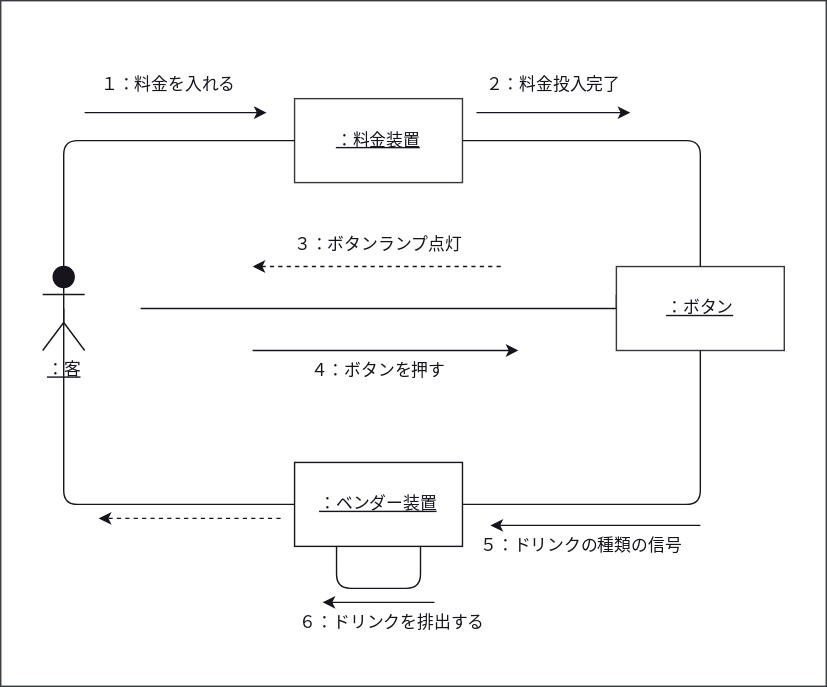
This is 演習6-4-4_コミュニケーション図_自動販売機.drawio.svg from a-tamura22/uml-introduction, a draw.io export, as it was before one commit. Source tidied: cells renumbered, new cells last; positions are measured from the earlier drawing's top-left corner, leaving out a move shared by most shapes. Source of this version:
```xml
<mxGraphModel>
  <root>
    <mxCell id="0" />
    <mxCell id="1" parent="0" />
    <mxCell id="2" style="rounded=0;whiteSpace=wrap;html=1;strokeColor=#36393d;fillColor=#FFFFFF;" parent="1" vertex="1">
      <mxGeometry width="590" height="490" as="geometry" />
    </mxCell>
    <mxCell id="3" value="&lt;u&gt;：客&lt;/u&gt;" style="shape=umlActor;verticalLabelPosition=bottom;verticalAlign=top;html=1;outlineConnect=0;strokeColor=#18141D;fontColor=#18141D;fillColor=#18141D;" parent="1" vertex="1">
      <mxGeometry x="30" y="190" width="30" height="60" as="geometry" />
    </mxCell>
    <mxCell id="4" style="whiteSpace=wrap;html=1;verticalAlign=top;fillColor=#FFFFFF;strokeColor=#36393d;" parent="1" vertex="1">
      <mxGeometry x="210" y="70" width="120" height="60" as="geometry" />
    </mxCell>
    <mxCell id="5" style="endArrow=none;html=1;strokeColor=#18141D;fontColor=#18141D;exitX=0.5;exitY=0;exitDx=0;exitDy=0;exitPerimeter=0;entryX=0;entryY=0.5;entryDx=0;entryDy=0;endFill=0;" parent="1" edge="1" source="3" target="4">
      <mxGeometry relative="1" as="geometry">
        <Array as="points">
          <mxPoint x="45" y="100" />
        </Array>
      </mxGeometry>
    </mxCell>
    <mxCell id="6" style="edgeStyle=none;html=1;strokeColor=#18141D;fontColor=#18141D;endArrow=none;endFill=0;" parent="1" edge="1" source="7">
      <mxGeometry relative="1" as="geometry">
        <mxPoint x="440" y="210" as="targetPoint" />
        <Array as="points">
          <mxPoint x="440" y="220" />
        </Array>
      </mxGeometry>
    </mxCell>
    <mxCell id="7" style="rounded=0;whiteSpace=wrap;html=1;strokeColor=#36393d;fillColor=#FFFFFF;" parent="1" vertex="1">
      <mxGeometry x="440" y="190" width="120" height="60" as="geometry" />
    </mxCell>
    <mxCell id="8" style="endArrow=none;html=1;strokeColor=#18141D;fontColor=#18141D;exitX=1;exitY=0.5;exitDx=0;exitDy=0;entryX=0.5;entryY=0;entryDx=0;entryDy=0;endFill=0;" parent="1" edge="1" source="4" target="7">
      <mxGeometry relative="1" as="geometry">
        <Array as="points">
          <mxPoint x="500" y="100" />
        </Array>
      </mxGeometry>
    </mxCell>
    <mxCell id="9" style="rounded=0;whiteSpace=wrap;html=1;strokeColor=#18141D;fontColor=#18141D;fillColor=#FFFFFF;" parent="1" vertex="1">
      <mxGeometry x="210" y="330" width="120" height="60" as="geometry" />
    </mxCell>
    <mxCell id="10" style="endArrow=none;html=1;strokeColor=#18141D;fontColor=#18141D;entryX=0.5;entryY=1;entryDx=0;entryDy=0;exitX=1;exitY=0.5;exitDx=0;exitDy=0;endFill=0;" parent="1" edge="1" source="9" target="7">
      <mxGeometry relative="1" as="geometry">
        <Array as="points">
          <mxPoint x="500" y="360" />
        </Array>
      </mxGeometry>
    </mxCell>
    <mxCell id="11" style="endArrow=none;html=1;strokeColor=#18141D;fontColor=#18141D;exitX=0;exitY=0.5;exitDx=0;exitDy=0;entryX=0.5;entryY=0.5;entryDx=0;entryDy=0;entryPerimeter=0;endFill=0;" parent="1" edge="1" source="9" target="3">
      <mxGeometry relative="1" as="geometry">
        <Array as="points">
          <mxPoint x="45" y="360" />
        </Array>
      </mxGeometry>
    </mxCell>
    <mxCell id="12" style="endArrow=classic;html=1;strokeColor=#18141D;fontColor=#18141D;" parent="1" edge="1">
      <mxGeometry relative="1" as="geometry">
        <mxPoint x="60" y="80" as="sourcePoint" />
        <mxPoint x="190" y="80" as="targetPoint" />
      </mxGeometry>
    </mxCell>
    <mxCell id="13" style="endArrow=classic;html=1;strokeColor=#18141D;fontColor=#18141D;" parent="1" edge="1">
      <mxGeometry relative="1" as="geometry">
        <mxPoint x="340" y="80" as="sourcePoint" />
        <mxPoint x="450" y="80" as="targetPoint" />
      </mxGeometry>
    </mxCell>
    <mxCell id="14" style="endArrow=none;html=1;strokeColor=#18141D;fontColor=#18141D;" parent="1" edge="1" target="7">
      <mxGeometry relative="1" as="geometry">
        <mxPoint x="100" y="220" as="sourcePoint" />
      </mxGeometry>
    </mxCell>
    <mxCell id="15" style="endArrow=none;dashed=1;html=1;strokeColor=#18141D;fontColor=#18141D;startArrow=classic;startFill=1;" parent="1" edge="1">
      <mxGeometry relative="1" as="geometry">
        <mxPoint x="180" y="190" as="sourcePoint" />
        <mxPoint x="360" y="190" as="targetPoint" />
      </mxGeometry>
    </mxCell>
    <mxCell id="16" style="endArrow=classic;html=1;strokeColor=#18141D;fontColor=#18141D;" parent="1" edge="1">
      <mxGeometry relative="1" as="geometry">
        <mxPoint x="180" y="250" as="sourcePoint" />
        <mxPoint x="370" y="250" as="targetPoint" />
      </mxGeometry>
    </mxCell>
    <mxCell id="17" style="endArrow=none;html=1;strokeColor=#18141D;fontColor=#18141D;" parent="1" edge="1">
      <mxGeometry relative="1" as="geometry">
        <mxPoint x="240" y="390" as="sourcePoint" />
        <mxPoint x="300" y="390" as="targetPoint" />
        <Array as="points">
          <mxPoint x="240" y="420" />
          <mxPoint x="270" y="420" />
          <mxPoint x="300" y="420" />
        </Array>
      </mxGeometry>
    </mxCell>
    <mxCell id="18" style="endArrow=classic;html=1;strokeColor=#18141D;fontColor=#18141D;" parent="1" edge="1">
      <mxGeometry relative="1" as="geometry">
        <mxPoint x="310" y="430" as="sourcePoint" />
        <mxPoint x="230" y="430" as="targetPoint" />
      </mxGeometry>
    </mxCell>
    <mxCell id="19" style="endArrow=classic;dashed=1;html=1;strokeColor=#18141D;fontColor=#18141D;startArrow=none;startFill=0;endFill=1;" parent="1" edge="1">
      <mxGeometry relative="1" as="geometry">
        <mxPoint x="200" y="370" as="sourcePoint" />
        <mxPoint x="70" y="370" as="targetPoint" />
      </mxGeometry>
    </mxCell>
    <mxCell id="20" style="endArrow=none;html=1;strokeColor=#18141D;fontColor=#18141D;startArrow=classic;startFill=1;endFill=0;" parent="1" edge="1">
      <mxGeometry relative="1" as="geometry">
        <mxPoint x="350" y="375" as="sourcePoint" />
        <mxPoint x="500" y="375" as="targetPoint" />
      </mxGeometry>
    </mxCell>
    <mxCell id="21" value="１：料金を入れる" style="text;html=1;strokeColor=none;fillColor=none;align=center;verticalAlign=middle;whiteSpace=wrap;rounded=0;fontColor=#18141D;" parent="1" vertex="1">
      <mxGeometry x="60" y="50" width="120" height="20" as="geometry" />
    </mxCell>
    <mxCell id="22" value="２：料金投入完了" style="text;html=1;strokeColor=none;fillColor=none;align=center;verticalAlign=middle;whiteSpace=wrap;rounded=0;fontColor=#18141D;" parent="1" vertex="1">
      <mxGeometry x="330" y="50" width="130" height="20" as="geometry" />
    </mxCell>
    <mxCell id="23" value="３：ボタンランプ点灯" style="text;html=1;strokeColor=none;fillColor=none;align=center;verticalAlign=middle;whiteSpace=wrap;rounded=0;fontColor=#18141D;" parent="1" vertex="1">
      <mxGeometry x="185" y="170" width="170" height="10" as="geometry" />
    </mxCell>
    <mxCell id="24" value="４：ボタンを押す" style="text;html=1;strokeColor=none;fillColor=none;align=center;verticalAlign=middle;whiteSpace=wrap;rounded=0;fontColor=#18141D;" parent="1" vertex="1">
      <mxGeometry x="185" y="250" width="170" height="30" as="geometry" />
    </mxCell>
    <mxCell id="25" value="５：ドリンクの種類の信号" style="text;html=1;strokeColor=none;fillColor=none;align=center;verticalAlign=middle;whiteSpace=wrap;rounded=0;fontColor=#18141D;" parent="1" vertex="1">
      <mxGeometry x="290" y="380" width="250" height="20" as="geometry" />
    </mxCell>
    <mxCell id="26" value="６：ドリンクを排出する" style="text;html=1;strokeColor=none;fillColor=none;align=center;verticalAlign=middle;whiteSpace=wrap;rounded=0;fontColor=#18141D;" parent="1" vertex="1">
      <mxGeometry x="180" y="440" width="200" height="10" as="geometry" />
    </mxCell>
    <mxCell id="27" value="&lt;u&gt;：料金装置&lt;/u&gt;" style="text;html=1;strokeColor=none;fillColor=none;align=center;verticalAlign=middle;whiteSpace=wrap;rounded=0;fontColor=#18141D;" parent="1" vertex="1">
      <mxGeometry x="220" y="90" width="100" height="20" as="geometry" />
    </mxCell>
    <mxCell id="28" value="&lt;u&gt;：ボタン&lt;/u&gt;" style="text;html=1;strokeColor=none;fillColor=none;align=center;verticalAlign=middle;whiteSpace=wrap;rounded=0;fontColor=#18141D;" parent="1" vertex="1">
      <mxGeometry x="470" y="205" width="60" height="30" as="geometry" />
    </mxCell>
    <mxCell id="29" value="&lt;u&gt;：ベンダー装置&lt;/u&gt;" style="text;html=1;strokeColor=none;fillColor=none;align=center;verticalAlign=middle;whiteSpace=wrap;rounded=0;fontColor=#18141D;" parent="1" vertex="1">
      <mxGeometry x="220" y="345" width="100" height="30" as="geometry" />
    </mxCell>
  </root>
</mxGraphModel>
```
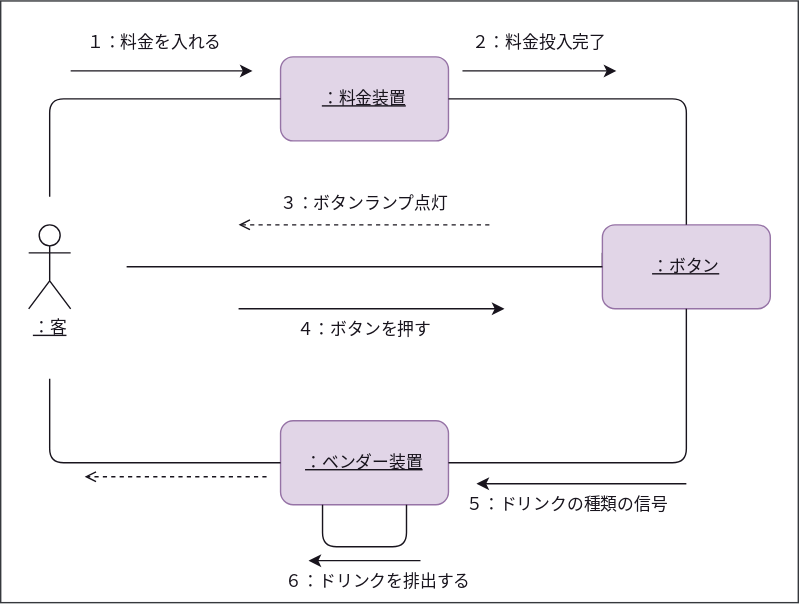
The same diagram one commit later.

The edit, as a diff of the source:
```diff
@@ -3,16 +3,17 @@
     <mxCell id="0" />
     <mxCell id="1" parent="0" />
     <mxCell id="2" style="rounded=0;whiteSpace=wrap;html=1;strokeColor=#36393d;fillColor=#FFFFFF;" parent="1" vertex="1">
-      <mxGeometry width="590" height="490" as="geometry" />
+      <mxGeometry x="10" y="30" width="570" height="430" as="geometry" />
     </mxCell>
-    <mxCell id="3" value="&lt;u&gt;：客&lt;/u&gt;" style="shape=umlActor;verticalLabelPosition=bottom;verticalAlign=top;html=1;outlineConnect=0;strokeColor=#18141D;fontColor=#18141D;fillColor=#18141D;" parent="1" vertex="1">
+    <mxCell id="3" value="&lt;u&gt;：客&lt;/u&gt;" style="shape=umlActor;verticalLabelPosition=bottom;verticalAlign=top;html=1;outlineConnect=0;strokeColor=#18141D;fontColor=#18141D;fillColor=none;fillStyle=auto;" parent="1" vertex="1">
       <mxGeometry x="30" y="190" width="30" height="60" as="geometry" />
     </mxCell>
-    <mxCell id="4" style="whiteSpace=wrap;html=1;verticalAlign=top;fillColor=#FFFFFF;strokeColor=#36393d;" parent="1" vertex="1">
+    <mxCell id="4" style="whiteSpace=wrap;html=1;verticalAlign=top;fillColor=#e1d5e7;strokeColor=#9673a6;rounded=1;" parent="1" vertex="1">
       <mxGeometry x="210" y="70" width="120" height="60" as="geometry" />
     </mxCell>
-    <mxCell id="5" style="endArrow=none;html=1;strokeColor=#18141D;fontColor=#18141D;exitX=0.5;exitY=0;exitDx=0;exitDy=0;exitPerimeter=0;entryX=0;entryY=0.5;entryDx=0;entryDy=0;endFill=0;" parent="1" edge="1" source="3" target="4">
+    <mxCell id="5" style="endArrow=none;html=1;strokeColor=#18141D;fontColor=#18141D;entryX=0;entryY=0.5;entryDx=0;entryDy=0;endFill=0;" parent="1" edge="1" target="4">
       <mxGeometry relative="1" as="geometry">
+        <mxPoint x="45" y="170" as="sourcePoint" />
         <Array as="points">
           <mxPoint x="45" y="100" />
         </Array>
@@ -26,7 +27,7 @@
         </Array>
       </mxGeometry>
     </mxCell>
-    <mxCell id="7" style="rounded=0;whiteSpace=wrap;html=1;strokeColor=#36393d;fillColor=#FFFFFF;" parent="1" vertex="1">
+    <mxCell id="7" style="rounded=1;whiteSpace=wrap;html=1;strokeColor=#9673a6;fillColor=#e1d5e7;" parent="1" vertex="1">
       <mxGeometry x="440" y="190" width="120" height="60" as="geometry" />
     </mxCell>
     <mxCell id="8" style="endArrow=none;html=1;strokeColor=#18141D;fontColor=#18141D;exitX=1;exitY=0.5;exitDx=0;exitDy=0;entryX=0.5;entryY=0;entryDx=0;entryDy=0;endFill=0;" parent="1" edge="1" source="4" target="7">
@@ -36,7 +37,7 @@
         </Array>
       </mxGeometry>
     </mxCell>
-    <mxCell id="9" style="rounded=0;whiteSpace=wrap;html=1;strokeColor=#18141D;fontColor=#18141D;fillColor=#FFFFFF;" parent="1" vertex="1">
+    <mxCell id="9" style="rounded=1;whiteSpace=wrap;html=1;strokeColor=#9673a6;fillColor=#e1d5e7;" parent="1" vertex="1">
       <mxGeometry x="210" y="330" width="120" height="60" as="geometry" />
     </mxCell>
     <mxCell id="10" style="endArrow=none;html=1;strokeColor=#18141D;fontColor=#18141D;entryX=0.5;entryY=1;entryDx=0;entryDy=0;exitX=1;exitY=0.5;exitDx=0;exitDy=0;endFill=0;" parent="1" edge="1" source="9" target="7">
@@ -46,8 +47,9 @@
         </Array>
       </mxGeometry>
     </mxCell>
-    <mxCell id="11" style="endArrow=none;html=1;strokeColor=#18141D;fontColor=#18141D;exitX=0;exitY=0.5;exitDx=0;exitDy=0;entryX=0.5;entryY=0.5;entryDx=0;entryDy=0;entryPerimeter=0;endFill=0;" parent="1" edge="1" source="9" target="3">
+    <mxCell id="11" style="endArrow=none;html=1;strokeColor=#18141D;fontColor=#18141D;exitX=0;exitY=0.5;exitDx=0;exitDy=0;endFill=0;" parent="1" edge="1" source="9">
       <mxGeometry relative="1" as="geometry">
+        <mxPoint x="45" y="300" as="targetPoint" />
         <Array as="points">
           <mxPoint x="45" y="360" />
         </Array>
@@ -70,7 +72,7 @@
         <mxPoint x="100" y="220" as="sourcePoint" />
       </mxGeometry>
     </mxCell>
-    <mxCell id="15" style="endArrow=none;dashed=1;html=1;strokeColor=#18141D;fontColor=#18141D;startArrow=classic;startFill=1;" parent="1" edge="1">
+    <mxCell id="15" style="endArrow=none;dashed=1;html=1;strokeColor=#18141D;fontColor=#18141D;startArrow=open;startFill=0;" parent="1" edge="1">
       <mxGeometry relative="1" as="geometry">
         <mxPoint x="180" y="190" as="sourcePoint" />
         <mxPoint x="360" y="190" as="targetPoint" />
@@ -99,7 +101,7 @@
         <mxPoint x="230" y="430" as="targetPoint" />
       </mxGeometry>
     </mxCell>
-    <mxCell id="19" style="endArrow=classic;dashed=1;html=1;strokeColor=#18141D;fontColor=#18141D;startArrow=none;startFill=0;endFill=1;" parent="1" edge="1">
+    <mxCell id="19" style="endArrow=open;dashed=1;html=1;strokeColor=#18141D;fontColor=#18141D;startArrow=none;startFill=0;endFill=0;" parent="1" edge="1">
       <mxGeometry relative="1" as="geometry">
         <mxPoint x="200" y="370" as="sourcePoint" />
         <mxPoint x="70" y="370" as="targetPoint" />
```
